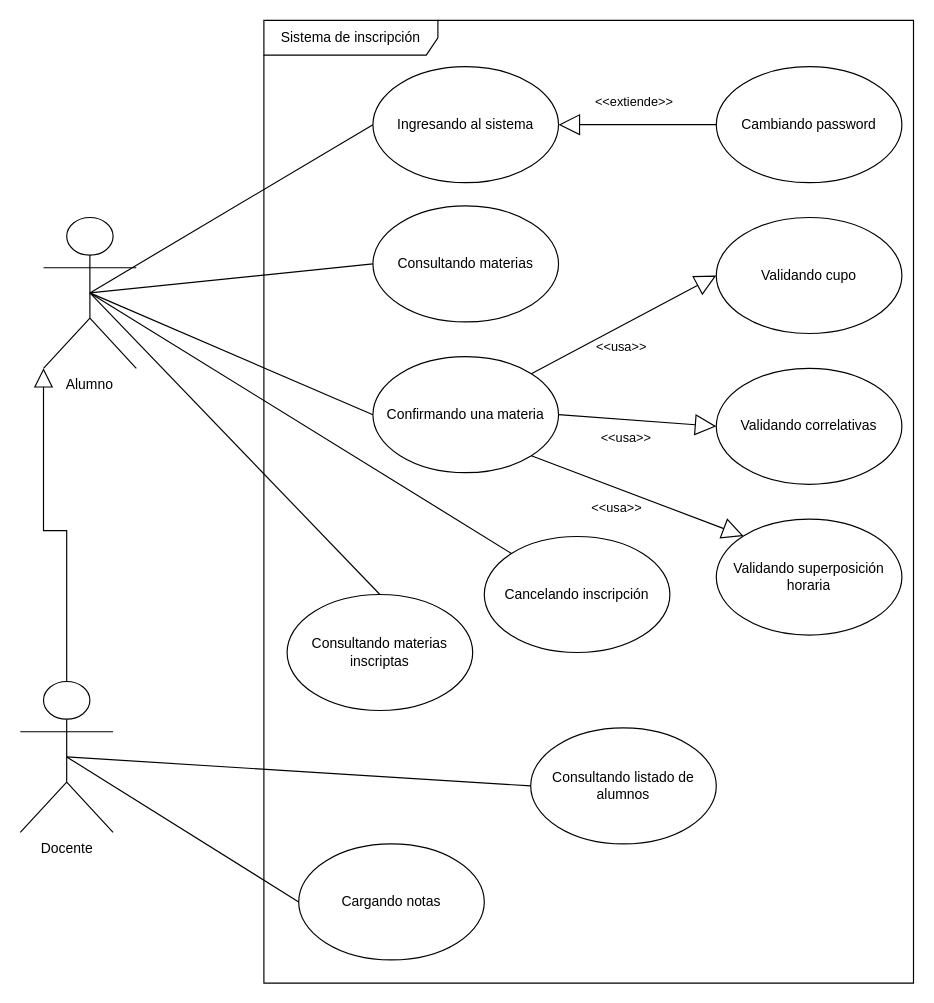
Above: page "Alumno" (1 of 5) of analisis-de-sistemas/U03 Actividad - Realización de un caso de uso.drawio in repocdlf/actividades-up (draw.io), before the change. Source tidied: cells renumbered, new cells numbered last; positions are measured from the earlier drawing's top-left corner, leaving out a move shared by most shapes. Both pictures are drawn from the tidied source at 116%, with x=0, y=0 at pixel (20, 20).
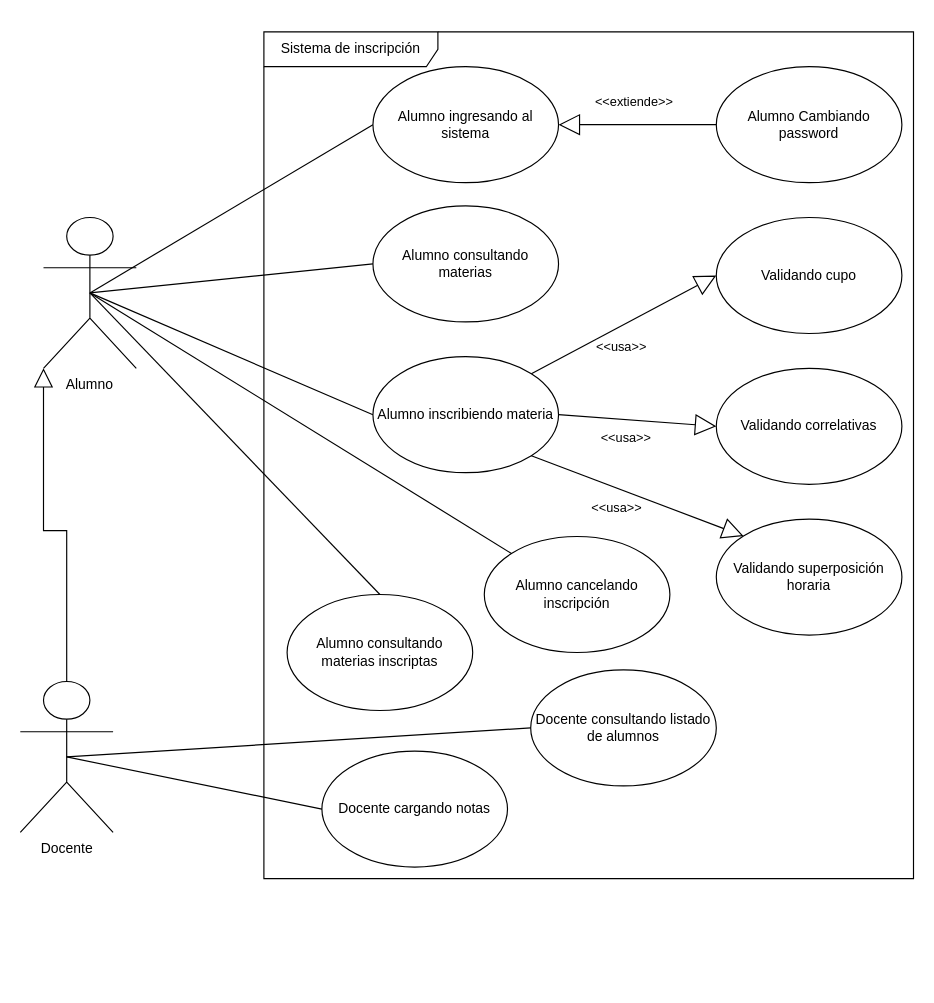
The same page after the edit.

Commit message:
Actualizar U03 Actividad - Ajustes descripción

What changed in the source:
```diff
@@
-    <mxCell id="6" value="Ingresando al sistema" style="ellipse;whiteSpace=wrap;html=1;shapeInside=1;" parent="1" vertex="1">
+    <mxCell id="6" value="Alumno ingresando al sistema" style="ellipse;whiteSpace=wrap;html=1;shapeInside=1;" parent="1" vertex="1">
       <mxGeometry x="304" y="40" width="160" height="100" as="geometry" />
     </mxCell>
     <mxCell id="7" value="Sistema de inscripción" style="shape=umlFrame;whiteSpace=wrap;html=1;width=150;height=30;" parent="1" vertex="1">
-      <mxGeometry x="210" width="560" height="830" as="geometry" />
+      <mxGeometry x="210" y="10" width="560" height="730" as="geometry" />
     </mxCell>
-    <mxCell id="8" value="Consultando materias" style="ellipse;whiteSpace=wrap;html=1;shapeInside=1;" parent="1" vertex="1">
+    <mxCell id="8" value="Alumno consultando materias" style="ellipse;whiteSpace=wrap;html=1;shapeInside=1;" parent="1" vertex="1">
       <mxGeometry x="304" y="160" width="160" height="100" as="geometry" />
     </mxCell>
-    <mxCell id="9" value="Confirmando una materia" style="ellipse;whiteSpace=wrap;html=1;shapeInside=1;" parent="1" vertex="1">
+    <mxCell id="9" value="Alumno inscribiendo materia" style="ellipse;whiteSpace=wrap;html=1;shapeInside=1;" parent="1" vertex="1">
       <mxGeometry x="304" y="290" width="160" height="100" as="geometry" />
     </mxCell>
@@
-    <mxCell id="13" value="Cambiando password" style="ellipse;whiteSpace=wrap;html=1;shapeInside=1;" parent="1" vertex="1">
+    <mxCell id="13" value="Alumno Cambiando password" style="ellipse;whiteSpace=wrap;html=1;shapeInside=1;" parent="1" vertex="1">
       <mxGeometry x="600" y="40" width="160" height="100" as="geometry" />
     </mxCell>
@@
-    <mxCell id="19" value="Cancelando inscripción" style="ellipse;whiteSpace=wrap;html=1;shapeInside=1;" parent="1" vertex="1">
+    <mxCell id="19" value="Alumno cancelando inscripción" style="ellipse;whiteSpace=wrap;html=1;shapeInside=1;" parent="1" vertex="1">
       <mxGeometry x="400" y="445" width="160" height="100" as="geometry" />
     </mxCell>
@@
-    <mxCell id="21" value="Consultando materias inscriptas" style="ellipse;whiteSpace=wrap;html=1;shapeInside=1;" parent="1" vertex="1">
+    <mxCell id="21" value="Alumno consultando materias inscriptas" style="ellipse;whiteSpace=wrap;html=1;shapeInside=1;" parent="1" vertex="1">
       <mxGeometry x="230" y="495" width="160" height="100" as="geometry" />
     </mxCell>
@@
-    <mxCell id="24" value="Consultando listado de alumnos" style="ellipse;whiteSpace=wrap;html=1;shapeInside=1;" parent="1" vertex="1">
-      <mxGeometry x="440" y="610" width="160" height="100" as="geometry" />
+    <mxCell id="24" value="Docente consultando listado de alumnos" style="ellipse;whiteSpace=wrap;html=1;shapeInside=1;" parent="1" vertex="1">
+      <mxGeometry x="440" y="560" width="160" height="100" as="geometry" />
     </mxCell>
-    <mxCell id="25" value="Cargando notas" style="ellipse;whiteSpace=wrap;html=1;shapeInside=1;" parent="1" vertex="1">
-      <mxGeometry x="240" y="710" width="160" height="100" as="geometry" />
+    <mxCell id="25" value="Docente cargando notas" style="ellipse;whiteSpace=wrap;html=1;shapeInside=1;" parent="1" vertex="1">
+      <mxGeometry x="260" y="630" width="160" height="100" as="geometry" />
     </mxCell>
```
